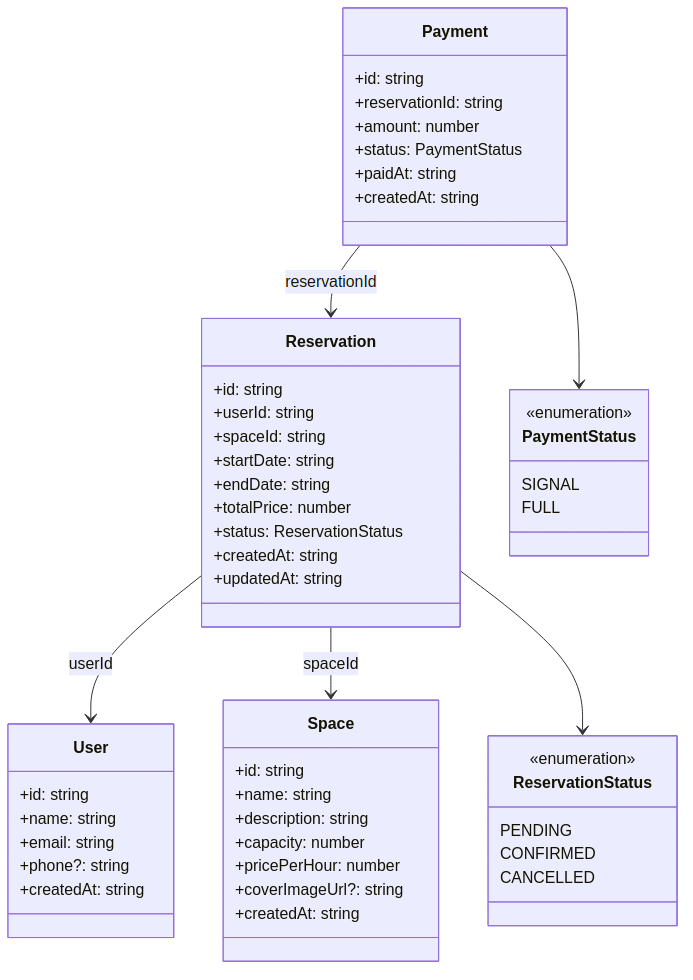
The Mermaid diagram uml/png/diagrama-classes.png in Ribapax/desSoft2502, before a commit. Its source is kept beside it as uml/diagrama-classes.mmd.
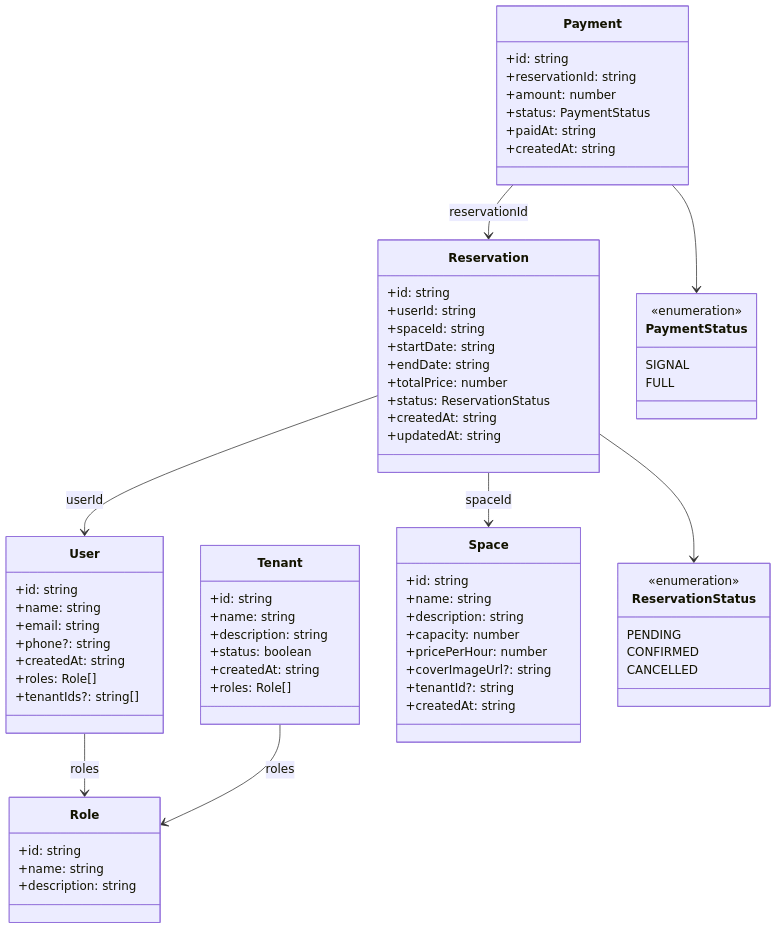
After the change.

Diff of the diagram source:
```diff
@@ -1,10 +1,27 @@
 classDiagram
+    class Tenant {
+        +id: string
+        +name: string
+        +description?: string
+        +status: boolean
+        +createdAt: string
+        +roles?: Role[]
+    }
+
+    class Role {
+        +id: string
+        +name: string
+        +description?: string
+    }
+
     class User {
         +id: string
         +name: string
         +email: string
         +phone?: string
         +createdAt: string
+        +roles: Role[]
+        +tenantIds?: string[]
     }
 
     class Space {
@@ -14,6 +31,7 @@
         +capacity: number
         +pricePerHour: number
         +coverImageUrl?: string
+        +tenantId?: string
         +createdAt: string
     }
 
@@ -56,3 +74,5 @@
     Payment --> Reservation : reservationId
     Reservation --> ReservationStatus
     Payment --> PaymentStatus
+    User --> Role : roles
+    Tenant --> Role : roles
```
